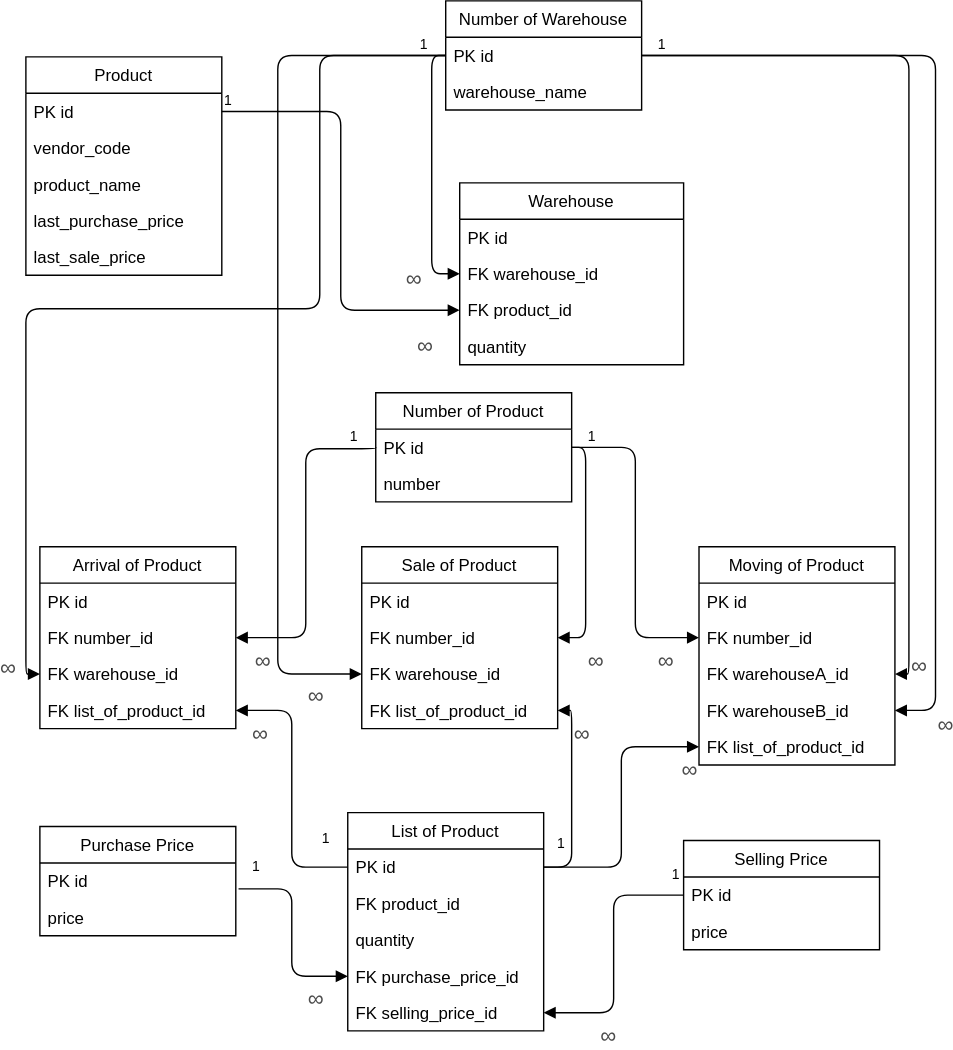
The draw.io diagram src/main/resources/modelDataBase/svg/Model.svg in dwerd101/MoySklad, before a commit. Source tidied: cells renumbered, new cells last; positions are measured from the earlier drawing's top-left corner, leaving out a move shared by most shapes.
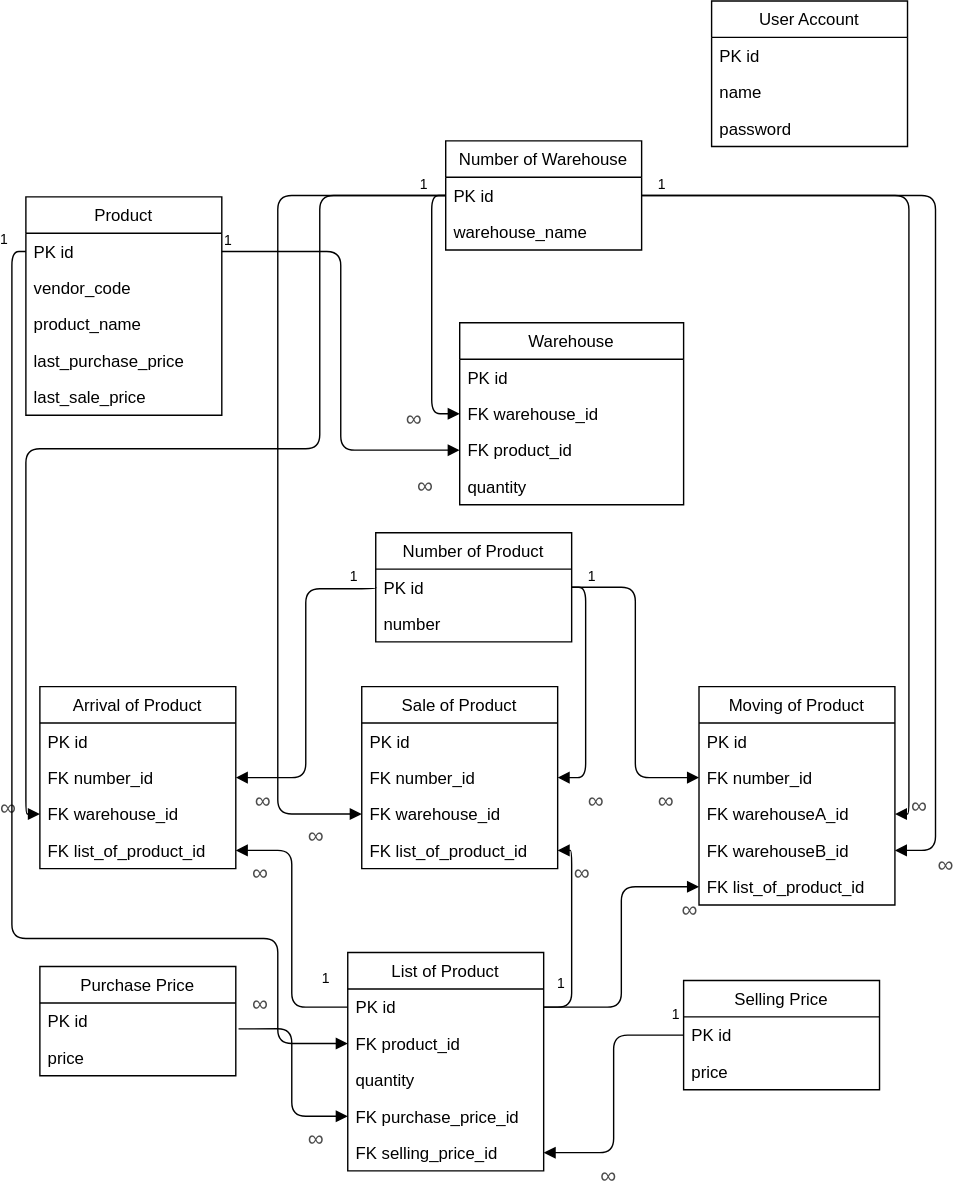
Above is the later version.

Change to the diagram source:
```diff
@@ -271,5 +271,32 @@
         <mxPoint x="10" as="offset" />
       </mxGeometry>
     </mxCell>
+    <mxCell id="75" value="User Account" style="swimlane;fontStyle=0;horizontal=1;startSize=26;fillColor=none;" parent="1" vertex="1">
+      <mxGeometry x="490" y="-100" width="140" height="104" as="geometry" />
+    </mxCell>
+    <mxCell id="76" value="PK id" style="text;strokeColor=none;fillColor=none;align=left;verticalAlign=top;spacingLeft=4;spacingRight=4;overflow=hidden;" parent="75" vertex="1">
+      <mxGeometry y="26" width="140" height="26" as="geometry" />
+    </mxCell>
+    <mxCell id="77" value="name" style="text;strokeColor=none;fillColor=none;align=left;verticalAlign=top;spacingLeft=4;spacingRight=4;overflow=hidden;" parent="75" vertex="1">
+      <mxGeometry y="52" width="140" height="26" as="geometry" />
+    </mxCell>
+    <mxCell id="78" value="password" style="text;strokeColor=none;fillColor=none;align=left;verticalAlign=top;spacingLeft=4;spacingRight=4;overflow=hidden;" parent="75" vertex="1">
+      <mxGeometry y="78" width="140" height="26" as="geometry" />
+    </mxCell>
+    <mxCell id="79" value="&lt;span style=&quot;color: rgb(76 , 76 , 76) ; font-family: , , , &amp;#34;lucida grande&amp;#34; , &amp;#34;tahoma&amp;#34; , &amp;#34;verdana&amp;#34; , &amp;#34;arial&amp;#34; , sans-serif , &amp;#34;segoe ui emoji&amp;#34; , &amp;#34;segoe ui symbol&amp;#34; , &amp;#34;noto color emoji&amp;#34; , &amp;#34;notocoloremoji&amp;#34; , &amp;#34;emojisymbols&amp;#34; , &amp;#34;symbola&amp;#34; , &amp;#34;noto&amp;#34; , &amp;#34;android emoji&amp;#34; , &amp;#34;androidemoji&amp;#34; , &amp;#34;arial unicode ms&amp;#34; , &amp;#34;zapf dingbats&amp;#34; , &amp;#34;applecoloremoji&amp;#34; , &amp;#34;apple color emoji&amp;#34; ; font-size: 16px ; text-align: justify ; white-space: normal&quot;&gt;∞&lt;br&gt;&lt;/span&gt;" style="endArrow=block;endFill=1;html=1;edgeStyle=orthogonalEdgeStyle;align=left;verticalAlign=top;exitX=0;exitY=0.5;exitDx=0;exitDy=0;entryX=0;entryY=0.5;entryDx=0;entryDy=0;" parent="1" edge="1" source="3" target="20">
+      <mxGeometry x="0.77" y="-20" relative="1" as="geometry">
+        <Array as="points">
+          <mxPoint x="-10" y="79" />
+          <mxPoint x="-10" y="570" />
+          <mxPoint x="180" y="570" />
+          <mxPoint x="180" y="645" />
+        </Array>
+      </mxGeometry>
+    </mxCell>
+    <mxCell id="80" value="1" style="html=1;align=left;verticalAlign=bottom;labelBackgroundColor=#ffffff;fontSize=10;" parent="79" vertex="1">
+      <mxGeometry x="-1" relative="1" as="geometry">
+        <mxPoint x="-20" y="-1" as="offset" />
+      </mxGeometry>
+    </mxCell>
   </root>
 </mxGraphModel>
```
